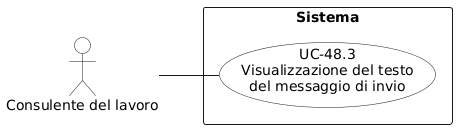
This is RTB/Analisi dei Requisiti/diagrammi_use_case/UC-48.3.png from aLittleByte-19/Documentazione, a PlantUML export, as it was before one commit. Source of this version:
```plantuml
@startuml
left to right direction
skinparam packageStyle rectangle
skinparam usecaseBackgroundColor White
skinparam actorBackgroundColor White

actor "Consulente del lavoro" as consulente

rectangle "Sistema" {
  usecase "UC-48.3\nVisualizzazione del testo\ndel messaggio di invio" as uc48_3
}

consulente -- uc48_3
@enduml
```
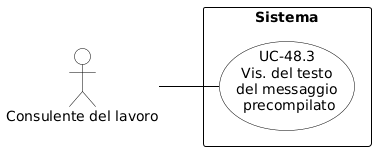
After the commit.

The edit, as a diff of the source:
```diff
@@ -1,14 +1,27 @@
 @startuml
+skinparam shadowing false
+skinparam defaultFontName Arial
 left to right direction
-skinparam packageStyle rectangle
-skinparam usecaseBackgroundColor White
-skinparam actorBackgroundColor White
 
-actor "Consulente del lavoro" as consulente
+skinparam usecase {
+    BackgroundColor white
+    BorderColor black
+    ArrowColor black
+}
+skinparam actor {
+    BackgroundColor white
+    BorderColor black
+}
+skinparam rectangle {
+    BorderColor black
+    FontStyle bold
+}
+
+actor "Consulente del lavoro" as CL
 
 rectangle "Sistema" {
-  usecase "UC-48.3\nVisualizzazione del testo\ndel messaggio di invio" as uc48_3
+    usecase "UC-48.3\nVis. del testo\ndel messaggio\n precompilato" as UC48_3
 }
 
-consulente -- uc48_3
+CL -- UC48_3
 @enduml
```
